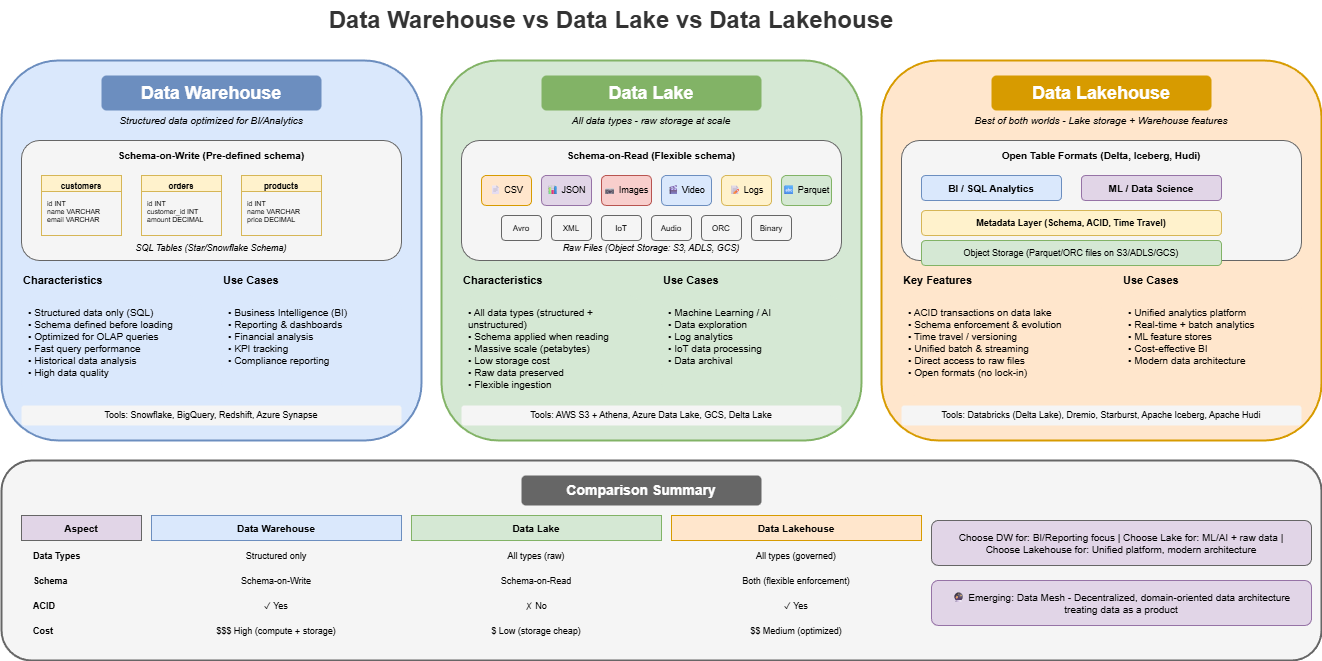
This is lesson-01-software-design-architecture/diagrams/5.3-data-warehouse-vs-lake.png from MrParkerZ7/document-lesson-software-architect-x-claude, a draw.io export, as it was before one commit. Source tidied: cells renumbered, new cells last; positions are measured from the earlier drawing's top-left corner, leaving out a move shared by most shapes.
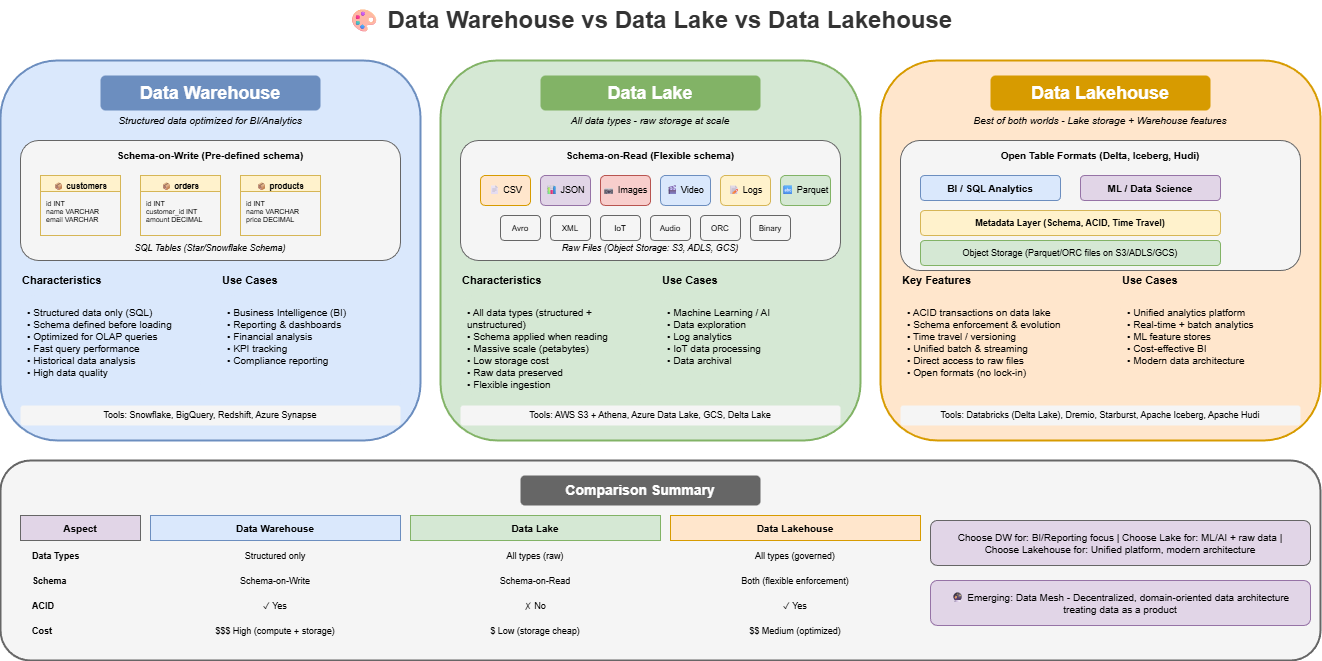
After the commit.

What changed in the source:
```diff
@@ -2,8 +2,8 @@
   <root>
     <mxCell id="0" />
     <mxCell id="1" parent="0" />
-    <mxCell id="2" value="Data Warehouse vs Data Lake vs Data Lakehouse" style="text;html=1;strokeColor=none;fillColor=none;align=center;verticalAlign=middle;whiteSpace=wrap;rounded=0;fontSize=24;fontStyle=1;fontColor=#333333;" parent="1" vertex="1">
-      <mxGeometry x="310" width="600" height="40" as="geometry" />
+    <mxCell id="2" value="🎨 Data Warehouse vs Data Lake vs Data Lakehouse" style="text;html=1;strokeColor=none;fillColor=none;align=center;verticalAlign=middle;whiteSpace=wrap;rounded=0;fontSize=24;fontStyle=1;fontColor=#333333;" parent="1" vertex="1">
+      <mxGeometry x="300" width="700" height="40" as="geometry" />
     </mxCell>
     <mxCell id="3" style="rounded=1;whiteSpace=wrap;html=1;fillColor=#dae8fc;strokeColor=#6c8ebf;strokeWidth=2;" parent="1" vertex="1">
       <mxGeometry y="60" width="420" height="380" as="geometry" />
@@ -20,19 +20,19 @@
     <mxCell id="7" value="Schema-on-Write (Pre-defined schema)" style="text;html=1;strokeColor=none;fillColor=none;align=center;verticalAlign=middle;whiteSpace=wrap;rounded=0;fontSize=10;fontStyle=1;" parent="1" vertex="1">
       <mxGeometry x="100" y="145" width="220" height="20" as="geometry" />
     </mxCell>
-    <mxCell id="8" value="customers" style="swimlane;fontStyle=1;align=center;verticalAlign=top;horizontal=1;startSize=16;fillColor=#fff2cc;strokeColor=#d6b656;fontSize=8;" parent="1" vertex="1">
+    <mxCell id="8" value="📦 customers" style="swimlane;fontStyle=1;align=center;verticalAlign=top;horizontal=1;startSize=16;fillColor=#fff2cc;strokeColor=#d6b656;fontSize=8;" parent="1" vertex="1">
       <mxGeometry x="40" y="175" width="80" height="60" as="geometry" />
     </mxCell>
     <mxCell id="9" value="id INT&#10;name VARCHAR&#10;email VARCHAR" style="text;strokeColor=none;fillColor=none;align=left;verticalAlign=top;spacingLeft=4;spacingTop=2;overflow=hidden;fontSize=7;" parent="8" vertex="1">
       <mxGeometry y="16" width="80" height="44" as="geometry" />
     </mxCell>
-    <mxCell id="10" value="orders" style="swimlane;fontStyle=1;align=center;verticalAlign=top;horizontal=1;startSize=16;fillColor=#fff2cc;strokeColor=#d6b656;fontSize=8;" parent="1" vertex="1">
+    <mxCell id="10" value="📦 orders" style="swimlane;fontStyle=1;align=center;verticalAlign=top;horizontal=1;startSize=16;fillColor=#fff2cc;strokeColor=#d6b656;fontSize=8;" parent="1" vertex="1">
       <mxGeometry x="140" y="175" width="80" height="60" as="geometry" />
     </mxCell>
     <mxCell id="11" value="id INT&#10;customer_id INT&#10;amount DECIMAL" style="text;strokeColor=none;fillColor=none;align=left;verticalAlign=top;spacingLeft=4;spacingTop=2;overflow=hidden;fontSize=7;" parent="10" vertex="1">
       <mxGeometry y="16" width="80" height="44" as="geometry" />
     </mxCell>
-    <mxCell id="12" value="products" style="swimlane;fontStyle=1;align=center;verticalAlign=top;horizontal=1;startSize=16;fillColor=#fff2cc;strokeColor=#d6b656;fontSize=8;" parent="1" vertex="1">
+    <mxCell id="12" value="📦 products" style="swimlane;fontStyle=1;align=center;verticalAlign=top;horizontal=1;startSize=16;fillColor=#fff2cc;strokeColor=#d6b656;fontSize=8;" parent="1" vertex="1">
       <mxGeometry x="240" y="175" width="80" height="60" as="geometry" />
     </mxCell>
     <mxCell id="13" value="id INT&#10;name VARCHAR&#10;price DECIMAL" style="text;strokeColor=none;fillColor=none;align=left;verticalAlign=top;spacingLeft=4;spacingTop=2;overflow=hidden;fontSize=7;" parent="12" vertex="1">
@@ -135,7 +135,7 @@
       <mxGeometry x="940" y="110" width="320" height="20" as="geometry" />
     </mxCell>
     <mxCell id="46" style="rounded=1;whiteSpace=wrap;html=1;fillColor=#f5f5f5;strokeColor=#666666;strokeWidth=1;" parent="1" vertex="1">
-      <mxGeometry x="900" y="140" width="400" height="120" as="geometry" />
+      <mxGeometry x="900" y="140" width="400" height="130" as="geometry" />
     </mxCell>
     <mxCell id="47" value="Open Table Formats (Delta, Iceberg, Hudi)" style="text;html=1;strokeColor=none;fillColor=none;align=center;verticalAlign=middle;whiteSpace=wrap;rounded=0;fontSize=10;fontStyle=1;" parent="1" vertex="1">
       <mxGeometry x="990" y="145" width="220" height="20" as="geometry" />
```
